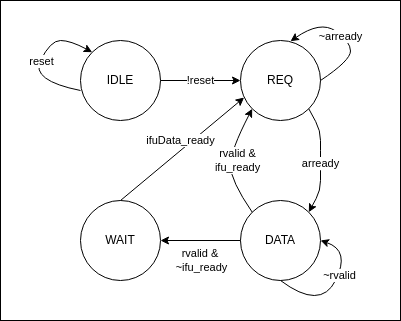
The draw.io diagram doc/assets/IFU_State.drawio.png in feipenghhq/NPC, before a commit. Source tidied: cells renumbered, new cells last; positions are measured from the earlier drawing's top-left corner, leaving out a move shared by most shapes.
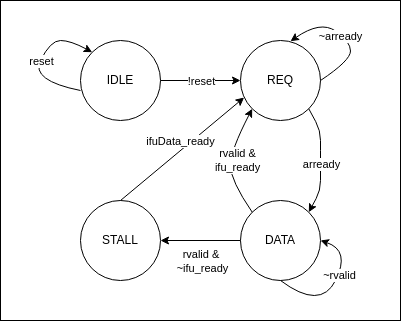
Later version of the same file.

What changed in the source:
```diff
@@ -64,7 +64,7 @@
     <mxCell id="13" value="~arready" style="edgeLabel;html=1;align=center;verticalAlign=middle;" parent="12" vertex="1">
       <mxGeometry x="0.04" y="2" relative="1" as="geometry" />
     </mxCell>
-    <mxCell id="14" value="WAIT" style="ellipse;whiteSpace=wrap;html=1;" parent="1" vertex="1">
+    <mxCell id="14" value="STALL" style="ellipse;whiteSpace=wrap;html=1;" parent="1" vertex="1">
       <mxGeometry x="80" y="200" width="80" height="80" as="geometry" />
     </mxCell>
     <mxCell id="15" style="curved=1;endArrow=classic;html=1;entryX=1;entryY=0.5;entryDx=0;entryDy=0;" parent="1" edge="1" target="5">
```
